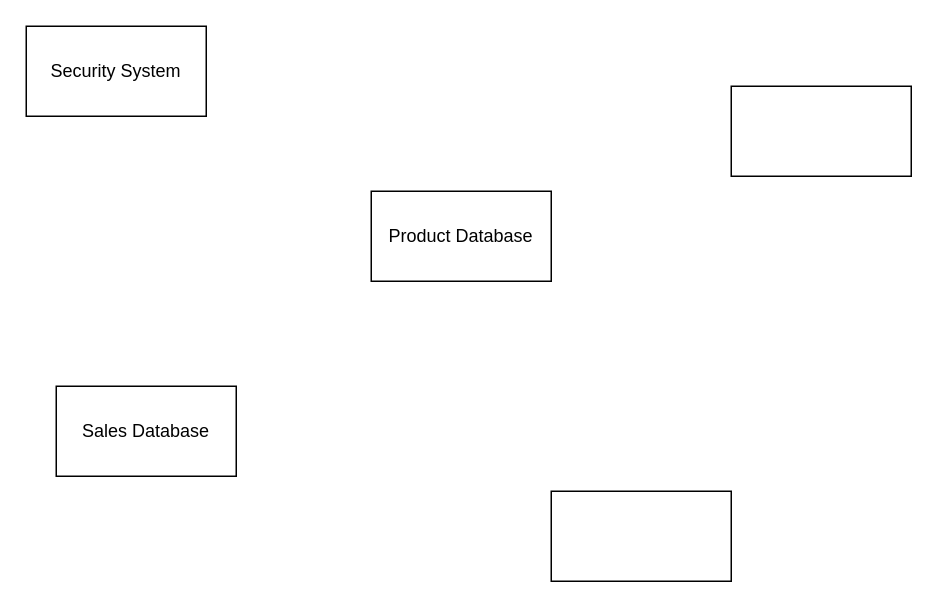
Before: workshop10_week11.drawio in antonykimuom/SWEN30006-2025-SM1-workshop1-tuew05-14-00-team-12, a draw.io diagram. Source tidied: cells renumbered, new cells numbered last; positions are measured from the earlier drawing's top-left corner, leaving out a move shared by most shapes. Both pictures are drawn from the tidied source at 150%, with x=0, y=0 at pixel (26, 26).
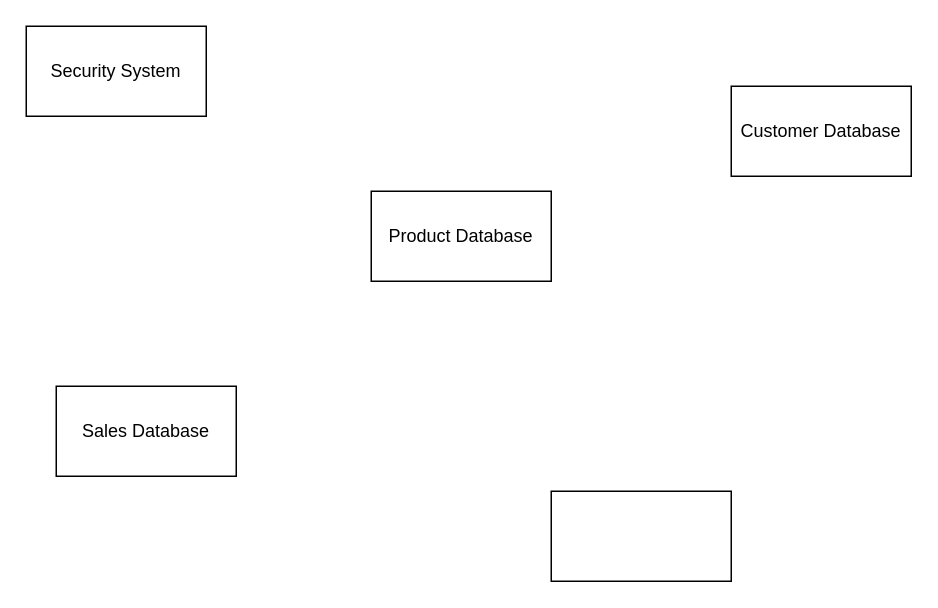
Above is the later version.

What changed in the source:
```diff
@@
 <mxGraphModel>
   <root>
     <mxCell id="0" />
     <mxCell id="1" parent="0" />
     <mxCell id="2" value="Product Database" style="rounded=0;whiteSpace=wrap;html=1;" parent="1" vertex="1">
       <mxGeometry x="230" y="110" width="120" height="60" as="geometry" />
     </mxCell>
-    <mxCell id="3" style="rounded=0;whiteSpace=wrap;html=1;" parent="1" vertex="1">
+    <mxCell id="3" value="Customer Database" style="rounded=0;whiteSpace=wrap;html=1;" parent="1" vertex="1">
       <mxGeometry x="470" y="40" width="120" height="60" as="geometry" />
     </mxCell>
     <mxCell id="4" value="Security System" style="rounded=0;whiteSpace=wrap;html=1;" parent="1" vertex="1">
       <mxGeometry width="120" height="60" as="geometry" />
     </mxCell>
     <mxCell id="5" style="rounded=0;whiteSpace=wrap;html=1;" parent="1" vertex="1">
       <mxGeometry x="350" y="310" width="120" height="60" as="geometry" />
     </mxCell>
     <mxCell id="6" value="Sales Database" style="rounded=0;whiteSpace=wrap;html=1;" parent="1" vertex="1">
       <mxGeometry x="20" y="240" width="120" height="60" as="geometry" />
     </mxCell>
   </root>
 </mxGraphModel>
```
